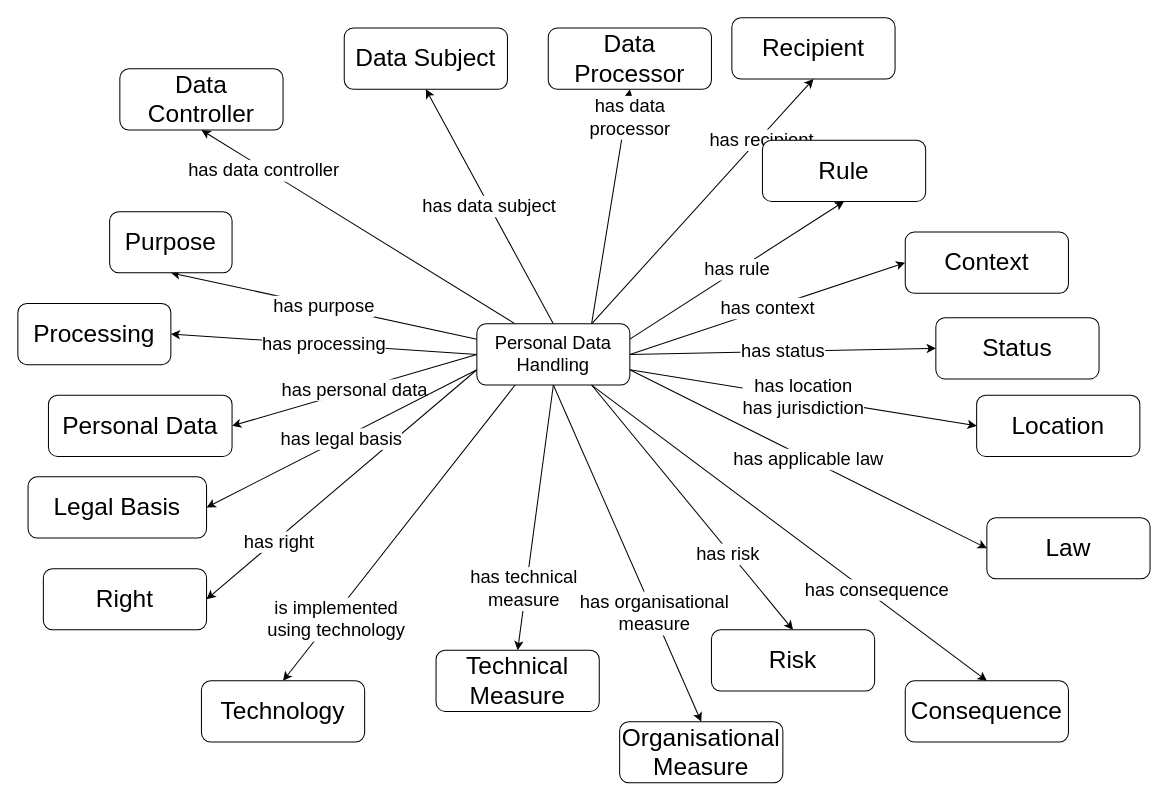
Earlier version of the draw.io diagram media/base.drawio (w3c/dpv). Source tidied: cells renumbered, new cells numbered last; positions are measured from the earlier drawing's top-left corner, leaving out a move shared by most shapes. Both pictures are drawn from the tidied source at 102%, with x=0, y=0 at pixel (17, 17).
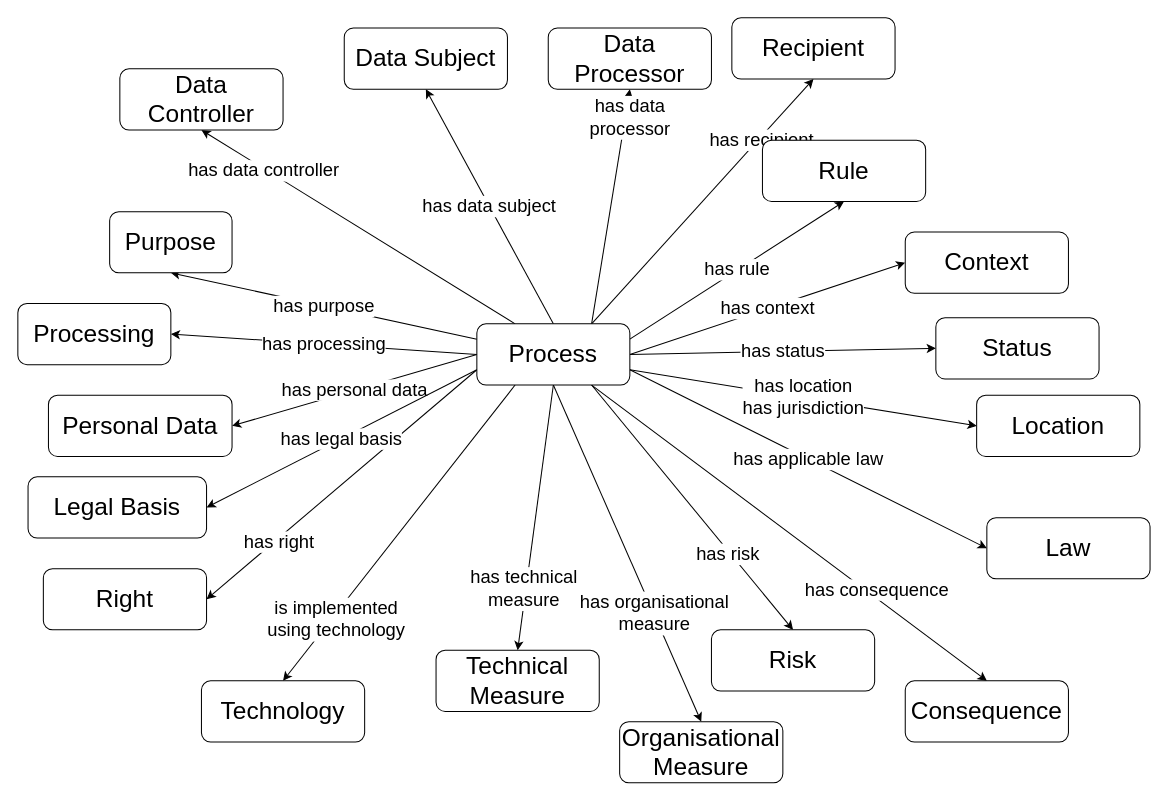
After the change.

The edit, as a diff of the source:
```diff
@@
-    <mxCell id="21" value="Personal Data Handling" style="rounded=1;whiteSpace=wrap;html=1;fontSize=18;" parent="1" vertex="1">
+    <mxCell id="21" value="Process" style="rounded=1;whiteSpace=wrap;html=1;fontSize=24;" parent="1" vertex="1">
       <mxGeometry x="450" y="300" width="150" height="60" as="geometry" />
     </mxCell>
```
